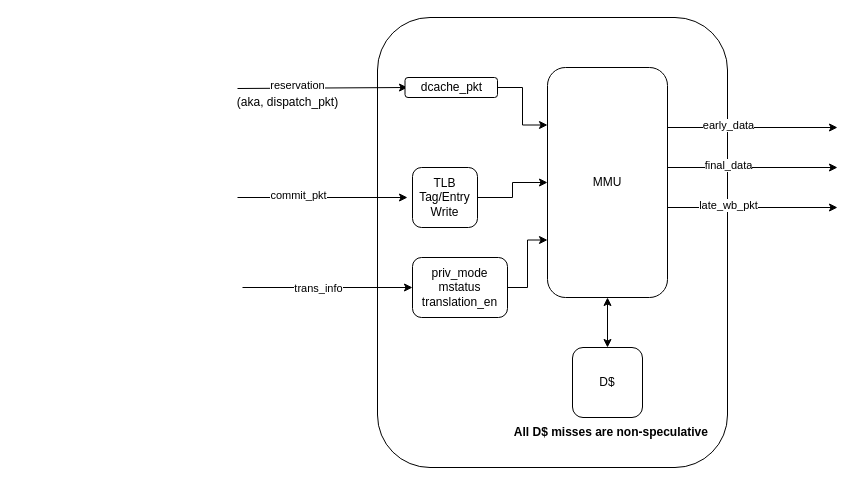
The draw.io diagram page "Pipes - Mem" (6 of 6) of diagrams/black_parrot.drawio in JefferyLim/ec513_final_project, before the edit. Source tidied: cells renumbered, new cells numbered last; positions are measured from the earlier drawing's top-left corner, leaving out a move shared by most shapes. Both pictures are drawn from the tidied source at 100%, with x=0, y=0 at pixel (227, 17).
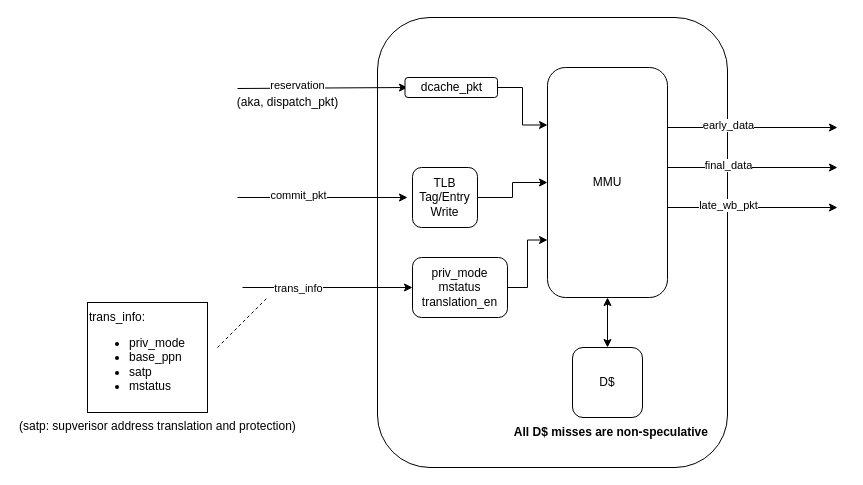
The same diagram, later.

Unchanged cells that the change refers to:
```xml
<mxCell id="19" style="endArrow=classic;html=1;rounded=0;entryX=0.102;entryY=0.152;entryDx=0;entryDy=0;entryPerimeter=0;" parent="1" edge="1">
  <mxGeometry relative="1" as="geometry">
    <mxPoint x="15" y="270" as="sourcePoint" />
    <mxPoint x="185" y="270" as="targetPoint" />
  </mxGeometry>
</mxCell>
```

Change to the diagram source:
```diff
@@
     <mxCell id="20" value="trans_info" style="edgeLabel;html=1;align=center;verticalAlign=middle;" parent="19" vertex="1">
       <mxGeometry x="-0.52" y="3" relative="1" as="geometry">
-        <mxPoint x="34" y="3" as="offset" />
+        <mxPoint x="14" y="3" as="offset" />
       </mxGeometry>
     </mxCell>
@@
+    <mxCell id="26" value="trans_info:&lt;div&gt;&lt;ul&gt;&lt;li&gt;&lt;span style=&quot;background-color: transparent; color: light-dark(rgb(0, 0, 0), rgb(255, 255, 255));&quot;&gt;priv_mode&lt;/span&gt;&lt;/li&gt;&lt;li&gt;&lt;span style=&quot;background-color: transparent; color: light-dark(rgb(0, 0, 0), rgb(255, 255, 255));&quot;&gt;base_ppn&lt;/span&gt;&lt;/li&gt;&lt;li&gt;satp&lt;/li&gt;&lt;li&gt;mstatus&lt;/li&gt;&lt;/ul&gt;&lt;/div&gt;" style="text;html=1;align=left;verticalAlign=middle;strokeColor=default;fillColor=none;" parent="1" vertex="1">
+      <mxGeometry x="-140" y="285" width="120" height="110" as="geometry" />
+    </mxCell>
+    <mxCell id="27" value="&lt;span style=&quot;font-family: Helvetica; font-size: 12px; font-style: normal; font-variant-ligatures: normal; font-variant-caps: normal; font-weight: 400; letter-spacing: normal; orphans: 2; text-align: left; text-indent: 0px; text-transform: none; widows: 2; word-spacing: 0px; -webkit-text-stroke-width: 0px; white-space: nowrap; text-decoration-thickness: initial; text-decoration-style: initial; text-decoration-color: initial; float: none; display: inline !important;&quot;&gt;(satp: supverisor address translation and protection)&lt;/span&gt;" style="text;whiteSpace=wrap;html=1;fontColor=default;labelBackgroundColor=none;" parent="1" vertex="1">
+      <mxGeometry x="-210" y="395" width="280" height="40" as="geometry" />
+    </mxCell>
+    <mxCell id="28" style="endArrow=none;dashed=1;html=1;rounded=0;" parent="1" edge="1">
+      <mxGeometry relative="1" as="geometry">
+        <mxPoint x="-10" y="330" as="sourcePoint" />
+        <mxPoint x="40" y="280" as="targetPoint" />
+      </mxGeometry>
+    </mxCell>
```
